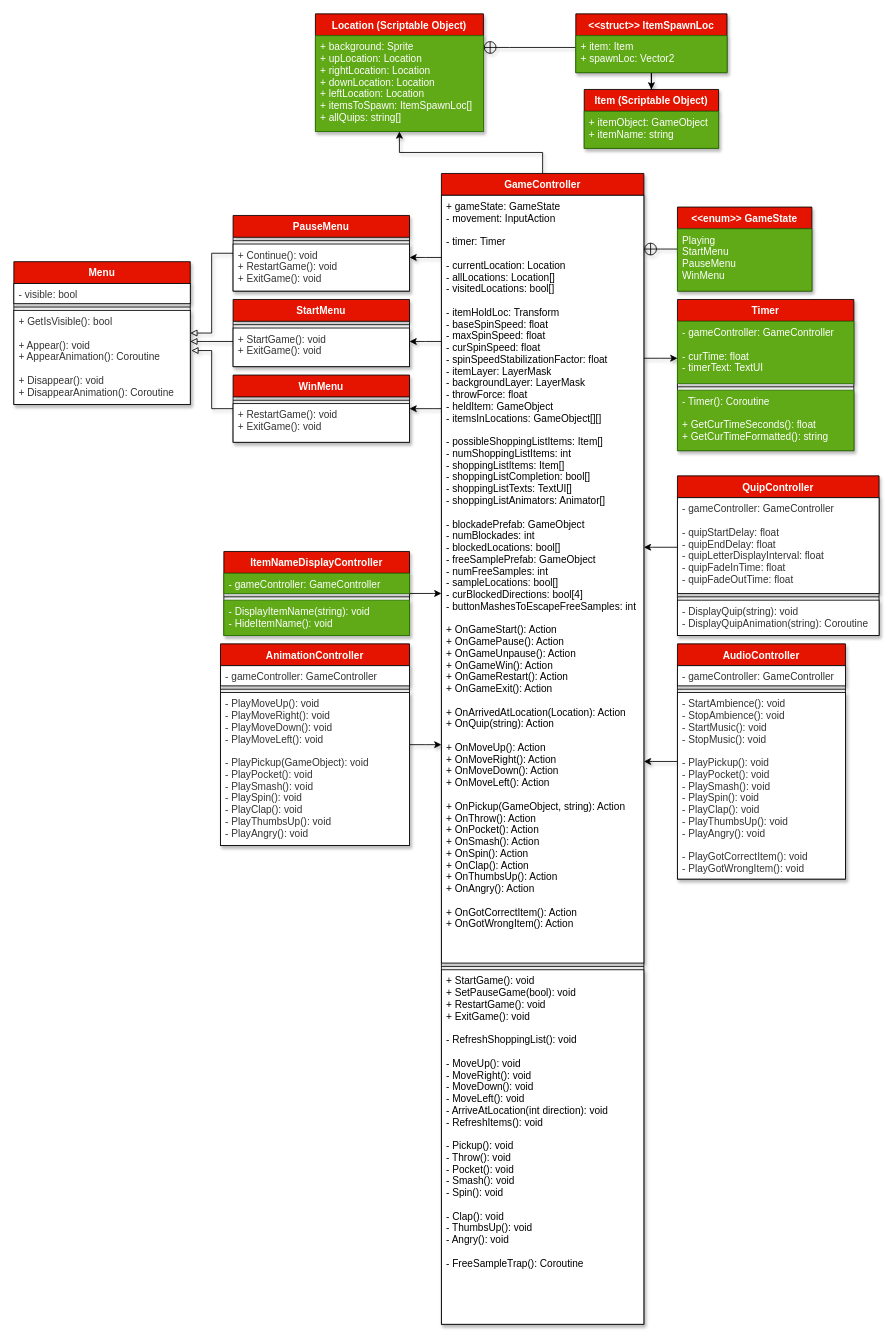
This is Trapped in Costco UML.drawio from BagelMaster5000/Trapped-In-Costco, a draw.io file, before an edit. Source tidied: cells renumbered, new cells numbered last; positions are measured from the earlier drawing's top-left corner, leaving out a move shared by most shapes. Both pictures are drawn from the tidied source at 84%, with x=0, y=0 at pixel (13, 13).
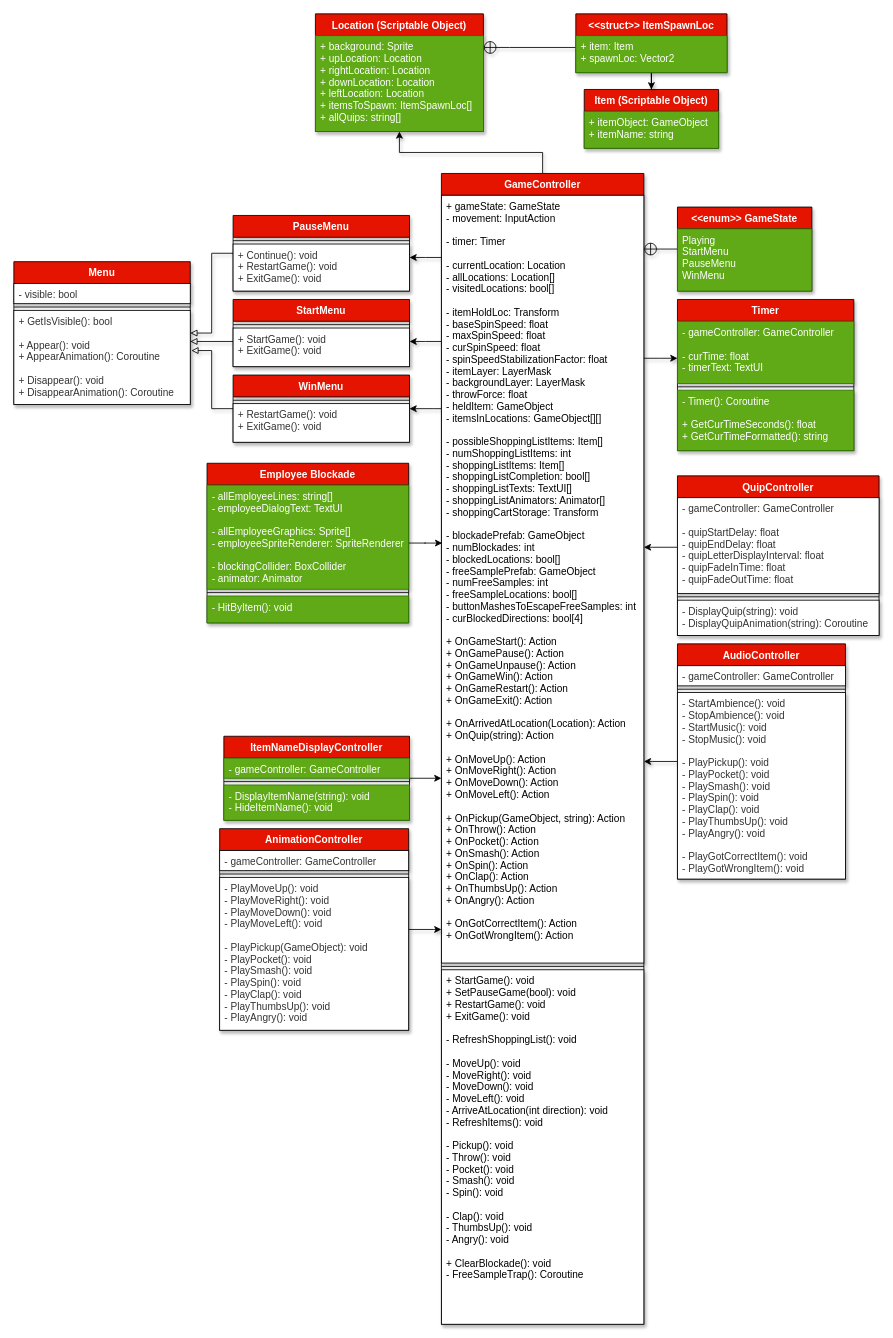
The same page after the edit.

Unchanged cells that the change refers to:
```xml
<mxCell id="10" value="GameController" style="swimlane;fontStyle=1;align=center;verticalAlign=top;horizontal=1;startSize=26;fillColor=#e51400;labelBackgroundColor=none;labelBorderColor=none;shadow=1;fontColor=#ffffff;" parent="1" vertex="1">
  <mxGeometry x="509" y="190" width="241" height="1370" as="geometry" />
</mxCell>
```

Change to the diagram source:
```diff
@@
-    <mxCell id="11" value="+ gameState: GameState&#10;- movement: InputAction&#10;&#10;- timer: Timer&#10;&#10;- currentLocation: Location&#10;- allLocations: Location[]&#10;- visitedLocations: bool[]&#10;&#10;- itemHoldLoc: Transform&#10;- baseSpinSpeed: float&#10;- maxSpinSpeed: float&#10;- curSpinSpeed: float&#10;- spinSpeedStabilizationFactor: float&#10;- itemLayer: LayerMask&#10;- backgroundLayer: LayerMask&#10;- throwForce: float&#10;- heldItem: GameObject&#10;- itemsInLocations: GameObject[][]&#10;&#10;- possibleShoppingListItems: Item[]&#10;- numShoppingListItems: int&#10;- shoppingListItems: Item[]&#10;- shoppingListCompletion: bool[]&#10;- shoppingListTexts: TextUI[]&#10;- shoppingListAnimators: Animator[]&#10;&#10;- blockadePrefab: GameObject&#10;- numBlockades: int&#10;- blockedLocations: bool[]&#10;- freeSamplePrefab: GameObject&#10;- numFreeSamples: int&#10;- sampleLocations: bool[]&#10;- curBlockedDirections: bool[4]&#10;- buttonMashesToEscapeFreeSamples: int&#10;&#10;+ OnGameStart(): Action&#10;+ OnGamePause(): Action&#10;+ OnGameUnpause(): Action&#10;+ OnGameWin(): Action&#10;+ OnGameRestart(): Action&#10;+ OnGameExit(): Action&#10;&#10;+ OnArrivedAtLocation(Location): Action&#10;+ OnQuip(string): Action&#10;&#10;+ OnMoveUp(): Action&#10;+ OnMoveRight(): Action&#10;+ OnMoveDown(): Action&#10;+ OnMoveLeft(): Action&#10;&#10;+ OnPickup(GameObject, string): Action&#10;+ OnThrow(): Action&#10;+ OnPocket(): Action&#10;+ OnSmash(): Action&#10;+ OnSpin(): Action&#10;+ OnClap(): Action&#10;+ OnThumbsUp(): Action&#10;+ OnAngry(): Action&#10;&#10;+ OnGotCorrectItem(): Action&#10;+ OnGotWrongItem(): Action&#10;" style="text;align=left;verticalAlign=top;spacingLeft=4;spacingRight=4;overflow=hidden;points=[[0,0.5],[1,0.5]];portConstraint=eastwest;labelBackgroundColor=none;labelBorderColor=none;shadow=1;fillColor=#FFFFFF;fontColor=#000000;strokeColor=#000000;" parent="10" vertex="1">
+    <mxCell id="11" value="+ gameState: GameState&#10;- movement: InputAction&#10;&#10;- timer: Timer&#10;&#10;- currentLocation: Location&#10;- allLocations: Location[]&#10;- visitedLocations: bool[]&#10;&#10;- itemHoldLoc: Transform&#10;- baseSpinSpeed: float&#10;- maxSpinSpeed: float&#10;- curSpinSpeed: float&#10;- spinSpeedStabilizationFactor: float&#10;- itemLayer: LayerMask&#10;- backgroundLayer: LayerMask&#10;- throwForce: float&#10;- heldItem: GameObject&#10;- itemsInLocations: GameObject[][]&#10;&#10;- possibleShoppingListItems: Item[]&#10;- numShoppingListItems: int&#10;- shoppingListItems: Item[]&#10;- shoppingListCompletion: bool[]&#10;- shoppingListTexts: TextUI[]&#10;- shoppingListAnimators: Animator[]&#10;- shoppingCartStorage: Transform&#10;&#10;- blockadePrefab: GameObject&#10;- numBlockades: int&#10;- blockedLocations: bool[]&#10;- freeSamplePrefab: GameObject&#10;- numFreeSamples: int&#10;- freeSampleLocations: bool[]&#10;- buttonMashesToEscapeFreeSamples: int&#10;- curBlockedDirections: bool[4]&#10;&#10;+ OnGameStart(): Action&#10;+ OnGamePause(): Action&#10;+ OnGameUnpause(): Action&#10;+ OnGameWin(): Action&#10;+ OnGameRestart(): Action&#10;+ OnGameExit(): Action&#10;&#10;+ OnArrivedAtLocation(Location): Action&#10;+ OnQuip(string): Action&#10;&#10;+ OnMoveUp(): Action&#10;+ OnMoveRight(): Action&#10;+ OnMoveDown(): Action&#10;+ OnMoveLeft(): Action&#10;&#10;+ OnPickup(GameObject, string): Action&#10;+ OnThrow(): Action&#10;+ OnPocket(): Action&#10;+ OnSmash(): Action&#10;+ OnSpin(): Action&#10;+ OnClap(): Action&#10;+ OnThumbsUp(): Action&#10;+ OnAngry(): Action&#10;&#10;+ OnGotCorrectItem(): Action&#10;+ OnGotWrongItem(): Action&#10;" style="text;align=left;verticalAlign=top;spacingLeft=4;spacingRight=4;overflow=hidden;points=[[0,0.5],[1,0.5]];portConstraint=eastwest;labelBackgroundColor=none;labelBorderColor=none;shadow=1;fillColor=#FFFFFF;fontColor=#000000;strokeColor=#000000;" parent="10" vertex="1">
       <mxGeometry y="26" width="241" height="914" as="geometry" />
     </mxCell>
@@
-    <mxCell id="13" value="+ StartGame(): void&#10;+ SetPauseGame(bool): void&#10;+ RestartGame(): void&#10;+ ExitGame(): void&#10;&#10;- RefreshShoppingList(): void&#10;&#10;- MoveUp(): void&#10;- MoveRight(): void&#10;- MoveDown(): void&#10;- MoveLeft(): void&#10;- ArriveAtLocation(int direction): void&#10;- RefreshItems(): void&#10;&#10;- Pickup(): void&#10;- Throw(): void&#10;- Pocket(): void&#10;- Smash(): void&#10;- Spin(): void&#10;&#10;- Clap(): void&#10;- ThumbsUp(): void&#10;- Angry(): void&#10;&#10;- FreeSampleTrap(): Coroutine" style="text;align=left;verticalAlign=top;spacingLeft=4;spacingRight=4;overflow=hidden;labelBackgroundColor=none;labelBorderColor=none;shadow=1;fillColor=#FFFFFF;fontColor=#000000;strokeColor=#000000;" parent="10" vertex="1">
+    <mxCell id="13" value="+ StartGame(): void&#10;+ SetPauseGame(bool): void&#10;+ RestartGame(): void&#10;+ ExitGame(): void&#10;&#10;- RefreshShoppingList(): void&#10;&#10;- MoveUp(): void&#10;- MoveRight(): void&#10;- MoveDown(): void&#10;- MoveLeft(): void&#10;- ArriveAtLocation(int direction): void&#10;- RefreshItems(): void&#10;&#10;- Pickup(): void&#10;- Throw(): void&#10;- Pocket(): void&#10;- Smash(): void&#10;- Spin(): void&#10;&#10;- Clap(): void&#10;- ThumbsUp(): void&#10;- Angry(): void&#10;&#10;+ ClearBlockade(): void&#10;- FreeSampleTrap(): Coroutine" style="text;align=left;verticalAlign=top;spacingLeft=4;spacingRight=4;overflow=hidden;labelBackgroundColor=none;labelBorderColor=none;shadow=1;fillColor=#FFFFFF;fontColor=#000000;strokeColor=#000000;" parent="10" vertex="1">
       <mxGeometry y="948" width="241" height="422" as="geometry" />
     </mxCell>
@@
     <mxCell id="38" style="edgeStyle=orthogonalEdgeStyle;rounded=0;jettySize=auto;html=1;fillColor=#FFFFFF;labelBackgroundColor=none;labelBorderColor=none;shadow=1;" parent="1" edge="1" source="39" target="10">
       <mxGeometry relative="1" as="geometry">
         <Array as="points">
-          <mxPoint x="490" y="870" />
-          <mxPoint x="490" y="870" />
+          <mxPoint x="500" y="1090" />
+          <mxPoint x="500" y="1090" />
         </Array>
       </mxGeometry>
     </mxCell>
     <mxCell id="39" value="AnimationController" style="swimlane;fontStyle=1;align=center;verticalAlign=top;horizontal=1;startSize=26;fillColor=#e51400;labelBackgroundColor=none;labelBorderColor=none;shadow=1;fontColor=#ffffff;" parent="1" vertex="1">
-      <mxGeometry x="246" y="750" width="225" height="240" as="geometry" />
+      <mxGeometry x="245" y="970" width="225" height="240" as="geometry" />
     </mxCell>
@@
     <mxCell id="57" style="edgeStyle=orthogonalEdgeStyle;rounded=0;jettySize=auto;html=1;" parent="1" edge="1" source="58" target="10">
       <mxGeometry relative="1" as="geometry">
         <Array as="points">
-          <mxPoint x="500" y="690" />
-          <mxPoint x="500" y="690" />
+          <mxPoint x="480" y="910" />
+          <mxPoint x="480" y="910" />
         </Array>
       </mxGeometry>
     </mxCell>
     <mxCell id="58" value="ItemNameDisplayController" style="swimlane;fontStyle=1;align=center;verticalAlign=top;horizontal=1;startSize=26;fillColor=#e51400;labelBackgroundColor=none;labelBorderColor=none;shadow=1;fontColor=#ffffff;" parent="1" vertex="1">
-      <mxGeometry x="250" y="640" width="221" height="100" as="geometry" />
+      <mxGeometry x="250" y="860" width="221" height="100" as="geometry" />
     </mxCell>
@@
+    <mxCell id="62" style="edgeStyle=orthogonalEdgeStyle;rounded=0;jettySize=auto;html=1;entryX=0.004;entryY=0.453;entryDx=0;entryDy=0;entryPerimeter=0;" parent="1" edge="1" source="63" target="11">
+      <mxGeometry relative="1" as="geometry" />
+    </mxCell>
+    <mxCell id="63" value="Employee Blockade" style="swimlane;fontStyle=1;align=center;verticalAlign=top;horizontal=1;startSize=26;fillColor=#e51400;labelBackgroundColor=none;labelBorderColor=none;shadow=1;fontColor=#ffffff;" parent="1" vertex="1">
+      <mxGeometry x="230" y="535" width="240" height="190" as="geometry" />
+    </mxCell>
+    <mxCell id="64" value="- allEmployeeLines: string[]&#10;- employeeDialogText: TextUI&#10;&#10;- allEmployeeGraphics: Sprite[]&#10;- employeeSpriteRenderer: SpriteRenderer&#10;&#10;- blockingCollider: BoxCollider&#10;- animator: Animator" style="text;align=left;verticalAlign=top;spacingLeft=4;spacingRight=4;overflow=hidden;fillColor=#60a917;labelBackgroundColor=none;labelBorderColor=none;fontColor=#ffffff;shadow=1;strokeColor=#2D7600;" parent="63" vertex="1">
+      <mxGeometry y="26" width="240" height="124" as="geometry" />
+    </mxCell>
+    <mxCell id="65" style="line;strokeWidth=1;align=left;verticalAlign=middle;spacingTop=-1;spacingLeft=3;spacingRight=3;labelPosition=right;fillColor=#FFFFFF;labelBackgroundColor=none;labelBorderColor=none;fontColor=#333333;shadow=1;" parent="63" vertex="1">
+      <mxGeometry y="150" width="240" height="8" as="geometry" />
+    </mxCell>
+    <mxCell id="66" value="- HitByItem(): void" style="text;align=left;verticalAlign=top;spacingLeft=4;spacingRight=4;overflow=hidden;fillColor=#60a917;labelBackgroundColor=none;labelBorderColor=none;fontColor=#ffffff;shadow=1;strokeColor=#2D7600;" parent="63" vertex="1">
+      <mxGeometry y="158" width="240" height="32" as="geometry" />
+    </mxCell>
```
